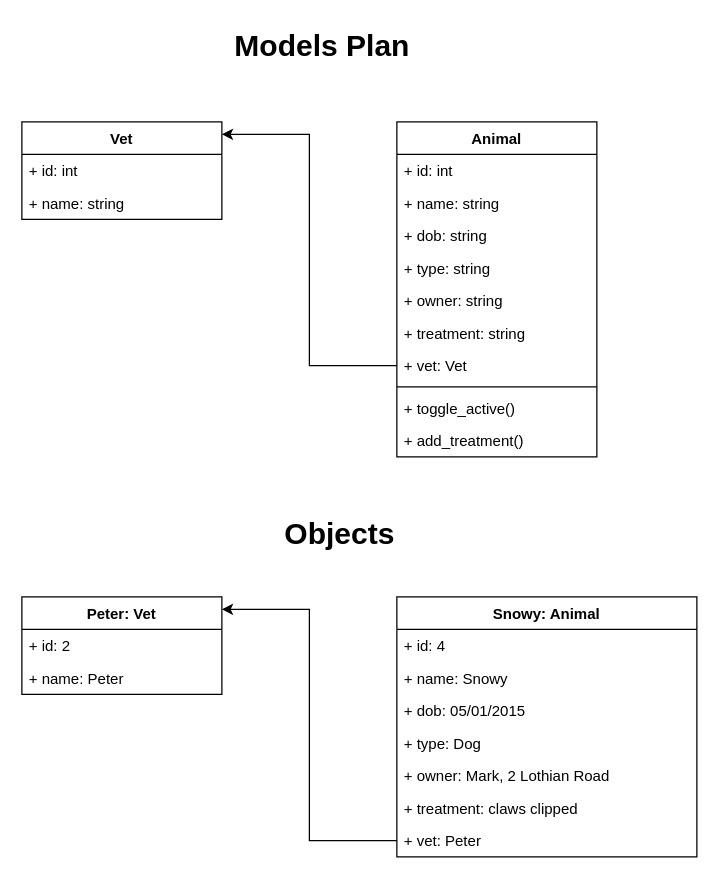
The draw.io diagram Planning/models.svg.drawio in randomlyalex-codeclan/vet_management, before the edit. Source tidied: cells renumbered, new cells numbered last; positions are measured from the earlier drawing's top-left corner, leaving out a move shared by most shapes. Both pictures are drawn from the tidied source at 125%, with x=0, y=0 at pixel (21, 21).
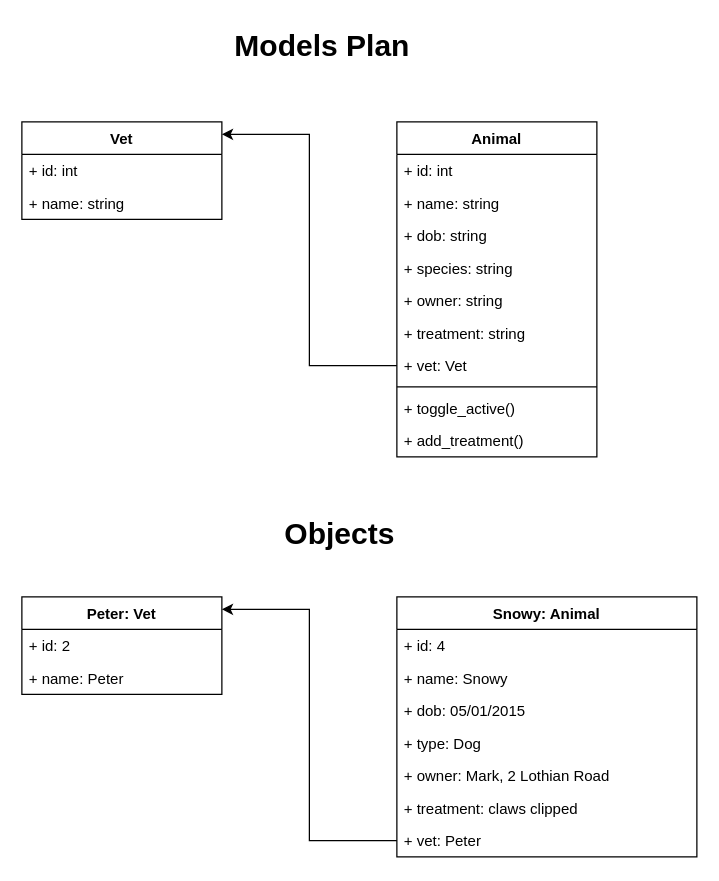
After the change.

The change refers to these unchanged cells:
```xml
<mxCell id="5" value="Animal" style="swimlane;fontStyle=1;align=center;verticalAlign=top;horizontal=1;startSize=26;" parent="1" vertex="1">
  <mxGeometry x="300" y="80" width="160" height="268" as="geometry" />
</mxCell>
```

What changed in the source:
```diff
@@
-    <mxCell id="9" value="+ type: string" style="text;strokeColor=none;fillColor=none;align=left;verticalAlign=top;spacingLeft=4;spacingRight=4;overflow=hidden;" parent="5" vertex="1">
+    <mxCell id="9" value="+ species: string" style="text;strokeColor=none;fillColor=none;align=left;verticalAlign=top;spacingLeft=4;spacingRight=4;overflow=hidden;" parent="5" vertex="1">
       <mxGeometry y="104" width="160" height="26" as="geometry" />
     </mxCell>
```
